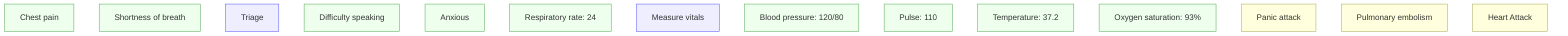
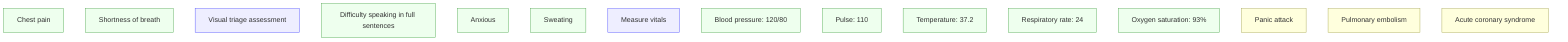
flowchart TD
  O1["Chest pain"]
  O2["Shortness of breath"]

-   A1["Triage"]
-   O6["Difficulty speaking"]
+   A1["Visual triage assessment"]
+   O6["Difficulty speaking in full sentences"]
  O7["Anxious"]
  O8["Sweating"]

  A2["Measure vitals"]
  O3["Blood pressure: 120/80"]
  O4["Pulse: 110"]
  O5["Temperature: 37.2"]
-   O8["Respiratory rate: 24"]
-   O9["Oxygen saturation: 93%"]
+   O9["Respiratory rate: 24"]
+   O10["Oxygen saturation: 93%"]

  H1["Panic attack"]
  H2["Pulmonary embolism"]
-   H3["Heart Attack"]
+   H3["Acute coronary syndrome"]

  classDef obs fill:#efe,stroke:#5a5;
  classDef action fill:#eef,stroke:#55f;
  classDef hyo fill:#ffd,stroke:#aa5

  class O1 obs
  class O2 obs
  class O3 obs
  class O4 obs
  class O5 obs
  class O6 obs
  class O7 obs
  class O8 obs
  class O9 obs
+   class O10 obs
  class A1 action
  class A2 action
  class H1 hyo
  class H2 hyo
  class H3 hyo



